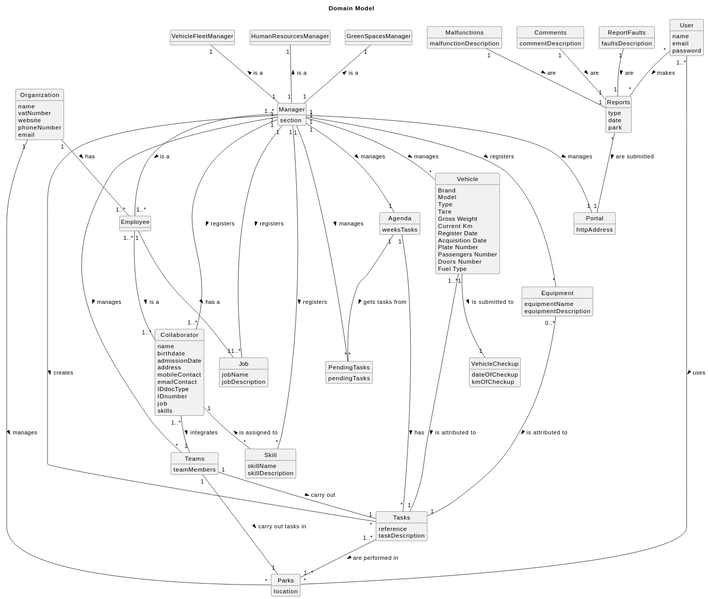
Before: docs/sprintB/global-artifacts/02.analysis/svg/project-domain-model.svg, a diagram exported from PlantUML (Paulo-Pereira-at-ISEP/lei-24-s2-1nanb-g321).
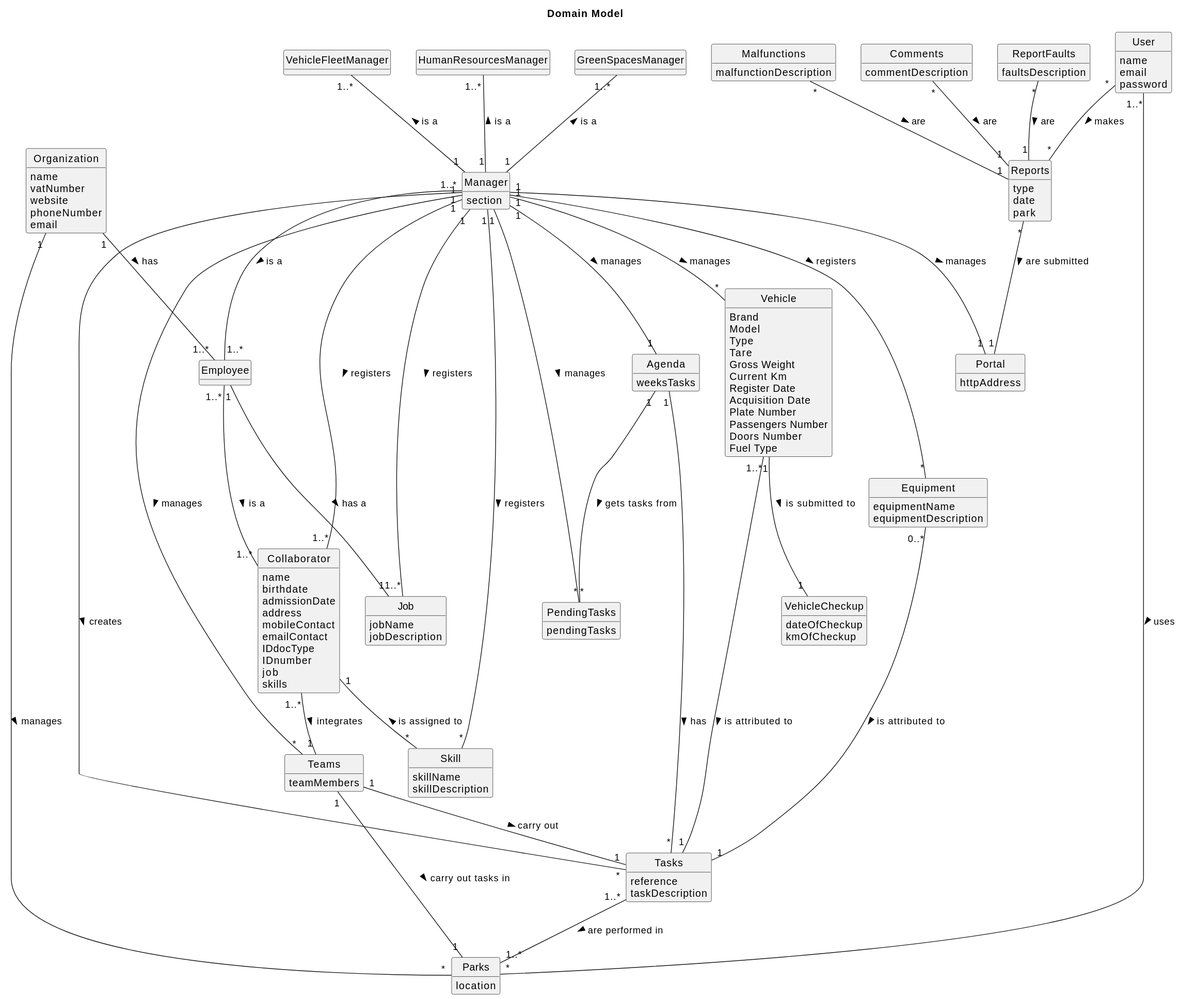
After the change.

Commit message:
LGGPM-19 - Domain model correction after evaluation inputs (.svg)

Change to the diagram source:
```diff
@@ -153,9 +153,9 @@
 Manager "1" -- "*" Vehicle: manages >
 Manager "1" -- "*" Tasks: creates >
 Manager "1" -- "*" Teams: manages >
-Manager "1" --up "1" HumanResourcesManager: is a >
-Manager "1" --up "1" VehicleFleetManager: is a >
-Manager "1" --up "1" GreenSpacesManager: is a >
+Manager "1" --up "1..*" HumanResourcesManager: is a >
+Manager "1" --up "1..*" VehicleFleetManager: is a >
+Manager "1" --up "1..*" GreenSpacesManager: is a >
 
 Agenda "1" -- "*" PendingTasks: gets tasks from >
 
@@ -163,9 +163,9 @@
 User "1..*" -- "*" Parks: uses >
 User "*" -- "*" Reports: makes >
 
-Comments "1" -- "1" Reports: are >
-ReportFaults "1" -- "1" Reports: are >
-Malfunctions "1" -- "1" Reports: are >
+Comments "*" -- "1" Reports: are >
+ReportFaults "*" -- "1" Reports: are >
+Malfunctions "*" -- "1" Reports: are >
 
 Teams "1" -- "1" Parks: carry out tasks in >
 Teams "1" -- "1" Tasks: carry out >
```
